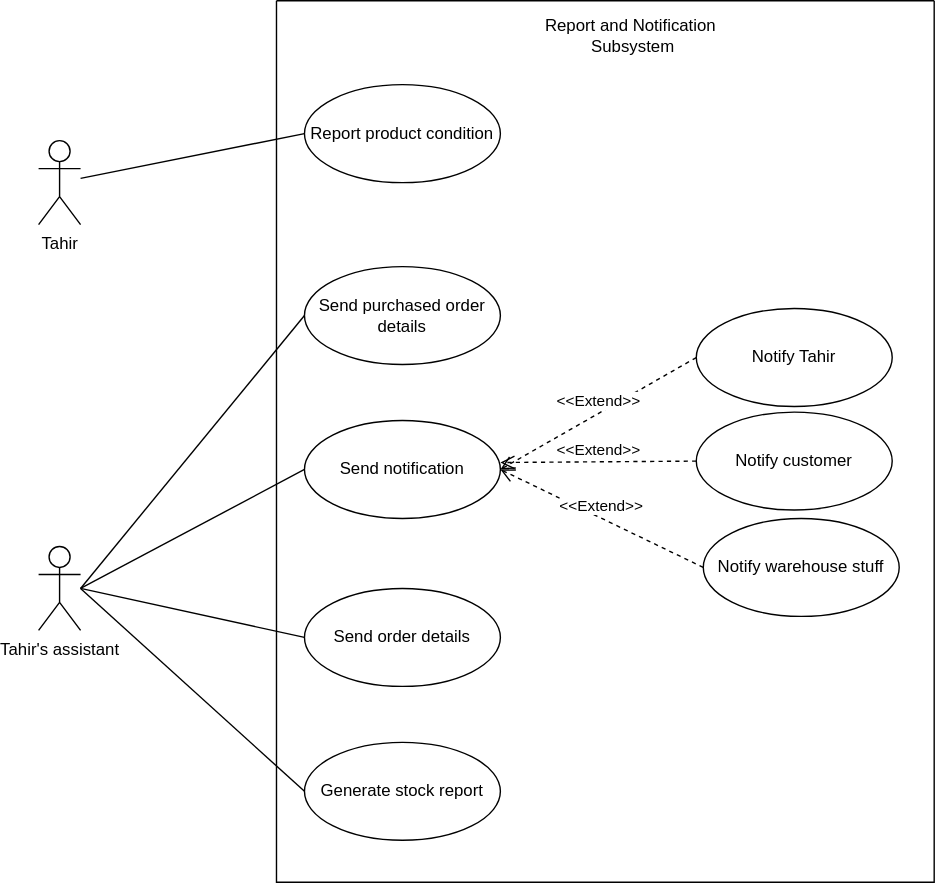
Before: Notification & Alert.svg, a diagram exported from draw.io (Simamkele88/IFM3_GP). Source tidied: cells renumbered, new cells last; positions are measured from the earlier drawing's top-left corner, leaving out a move shared by most shapes.
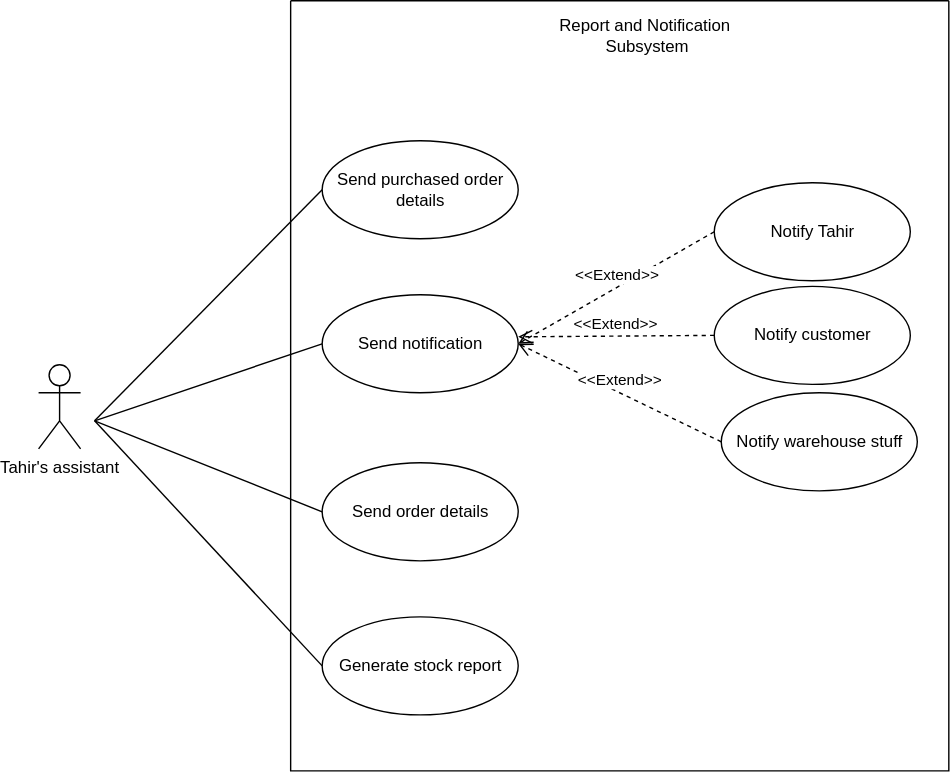
After the commit.

Diff of the diagram source:
```diff
@@ -3,34 +3,31 @@
     <mxCell id="0" />
     <mxCell id="1" parent="0" />
     <mxCell id="2" style="swimlane;startSize=0;" parent="1" vertex="1">
-      <mxGeometry x="170" width="470" height="630" as="geometry" />
+      <mxGeometry x="170" width="470" height="550" as="geometry" />
     </mxCell>
     <mxCell id="3" value="Report and Notification&amp;nbsp; Subsystem" style="text;html=1;align=center;verticalAlign=middle;whiteSpace=wrap;rounded=0;" parent="2" vertex="1">
       <mxGeometry x="190" y="10" width="130" height="30" as="geometry" />
     </mxCell>
-    <mxCell id="4" value="Report product condition" style="ellipse;whiteSpace=wrap;html=1;" parent="2" vertex="1">
-      <mxGeometry x="20" y="60" width="140" height="70" as="geometry" />
-    </mxCell>
     <mxCell id="5" value="Notify customer" style="ellipse;whiteSpace=wrap;html=1;" parent="2" vertex="1">
-      <mxGeometry x="300" y="294" width="140" height="70" as="geometry" />
+      <mxGeometry x="302.5" y="204" width="140" height="70" as="geometry" />
     </mxCell>
     <mxCell id="6" value="Notify warehouse stuff" style="ellipse;whiteSpace=wrap;html=1;" parent="2" vertex="1">
-      <mxGeometry x="305" y="370" width="140" height="70" as="geometry" />
+      <mxGeometry x="307.5" y="280" width="140" height="70" as="geometry" />
     </mxCell>
     <mxCell id="7" value="Generate stock report" style="ellipse;whiteSpace=wrap;html=1;" parent="2" vertex="1">
-      <mxGeometry x="20" y="530" width="140" height="70" as="geometry" />
+      <mxGeometry x="22.5" y="440" width="140" height="70" as="geometry" />
     </mxCell>
     <mxCell id="8" value="Send order details" style="ellipse;whiteSpace=wrap;html=1;" parent="2" vertex="1">
-      <mxGeometry x="20" y="420" width="140" height="70" as="geometry" />
+      <mxGeometry x="22.5" y="330" width="140" height="70" as="geometry" />
     </mxCell>
     <mxCell id="9" value="Send purchased order details" style="ellipse;whiteSpace=wrap;html=1;" parent="2" vertex="1">
-      <mxGeometry x="20" y="190" width="140" height="70" as="geometry" />
+      <mxGeometry x="22.5" y="100" width="140" height="70" as="geometry" />
     </mxCell>
     <mxCell id="10" value="Send notification" style="ellipse;whiteSpace=wrap;html=1;" parent="2" vertex="1">
-      <mxGeometry x="20" y="300" width="140" height="70" as="geometry" />
+      <mxGeometry x="22.5" y="210" width="140" height="70" as="geometry" />
     </mxCell>
     <mxCell id="11" value="Notify Tahir" style="ellipse;whiteSpace=wrap;html=1;" parent="2" vertex="1">
-      <mxGeometry x="300" y="220" width="140" height="70" as="geometry" />
+      <mxGeometry x="302.5" y="130" width="140" height="70" as="geometry" />
     </mxCell>
     <mxCell id="12" value="&amp;lt;&amp;lt;Extend&amp;gt;&amp;gt;" style="html=1;verticalAlign=bottom;endArrow=open;dashed=1;endSize=8;curved=0;rounded=0;entryX=1;entryY=0.429;entryDx=0;entryDy=0;entryPerimeter=0;exitX=0;exitY=0.5;exitDx=0;exitDy=0;" parent="2" edge="1" source="5" target="10">
       <mxGeometry relative="1" as="geometry" />
@@ -42,32 +39,26 @@
       <mxGeometry relative="1" as="geometry" />
     </mxCell>
     <mxCell id="15" value="Tahir's assistant" style="shape=umlActor;verticalLabelPosition=bottom;verticalAlign=top;html=1;" parent="1" vertex="1">
-      <mxGeometry y="390" width="30" height="60" as="geometry" />
+      <mxGeometry x="-10" y="260" width="30" height="60" as="geometry" />
     </mxCell>
-    <mxCell id="16" value="Tahir" style="shape=umlActor;verticalLabelPosition=bottom;verticalAlign=top;html=1;" parent="1" vertex="1">
-      <mxGeometry y="100" width="30" height="60" as="geometry" />
-    </mxCell>
-    <mxCell id="17" style="endArrow=none;html=1;rounded=0;entryX=0;entryY=0.5;entryDx=0;entryDy=0;" parent="1" edge="1" source="16" target="4">
-      <mxGeometry relative="1" as="geometry" />
-    </mxCell>
     <mxCell id="18" style="endArrow=none;html=1;rounded=0;entryX=0;entryY=0.5;entryDx=0;entryDy=0;" parent="1" edge="1" target="9">
       <mxGeometry relative="1" as="geometry">
-        <mxPoint x="30" y="420" as="sourcePoint" />
+        <mxPoint x="30" y="300" as="sourcePoint" />
       </mxGeometry>
     </mxCell>
     <mxCell id="19" style="endArrow=none;html=1;rounded=0;entryX=0;entryY=0.5;entryDx=0;entryDy=0;" parent="1" edge="1" target="10">
       <mxGeometry relative="1" as="geometry">
-        <mxPoint x="30" y="420" as="sourcePoint" />
+        <mxPoint x="30" y="300" as="sourcePoint" />
       </mxGeometry>
     </mxCell>
     <mxCell id="20" style="endArrow=none;html=1;rounded=0;entryX=0;entryY=0.5;entryDx=0;entryDy=0;" parent="1" edge="1" target="8">
       <mxGeometry relative="1" as="geometry">
-        <mxPoint x="30" y="420" as="sourcePoint" />
+        <mxPoint x="30" y="300" as="sourcePoint" />
       </mxGeometry>
     </mxCell>
     <mxCell id="21" style="endArrow=none;html=1;rounded=0;entryX=0;entryY=0.5;entryDx=0;entryDy=0;" parent="1" edge="1" target="7">
       <mxGeometry relative="1" as="geometry">
-        <mxPoint x="30" y="420" as="sourcePoint" />
+        <mxPoint x="30" y="300" as="sourcePoint" />
       </mxGeometry>
     </mxCell>
   </root>
```
